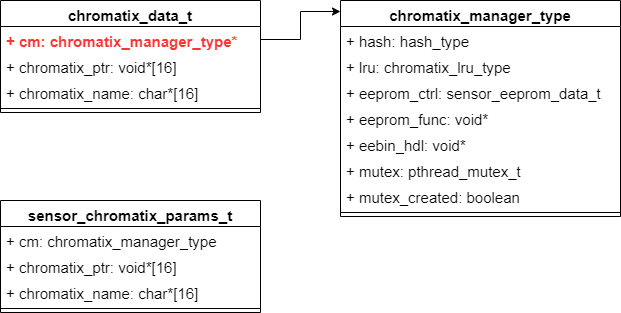
Earlier version of the draw.io export qcom mm-camera sensors chromatix.png (zhangmeizhen/test2). Source tidied: cells renumbered, new cells last; positions are measured from the earlier drawing's top-left corner, leaving out a move shared by most shapes.
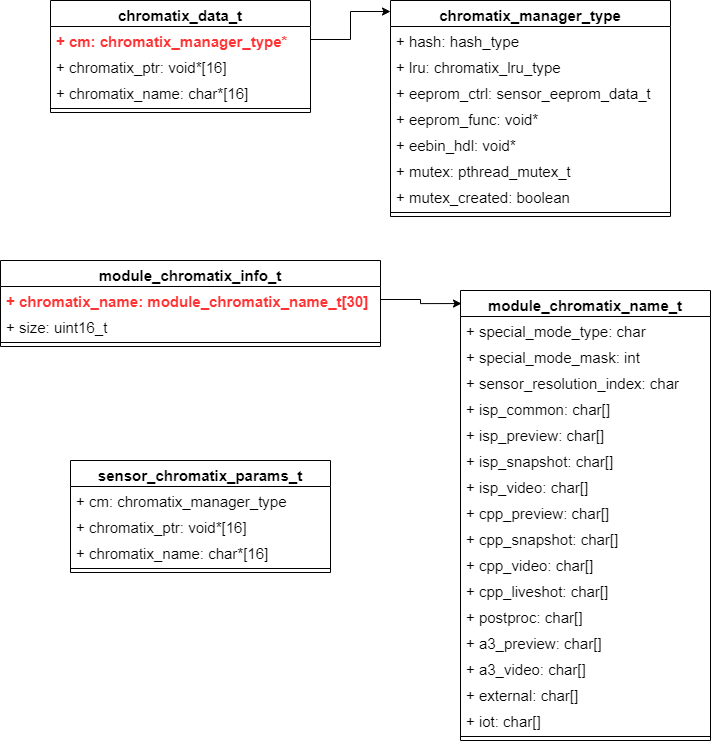
After the commit.

What changed in the source:
```diff
@@ -18,7 +18,7 @@
       <mxGeometry y="104" width="260" height="8" as="geometry" />
     </mxCell>
     <mxCell id="7" value="sensor_chromatix_params_t" style="swimlane;fontStyle=1;align=center;verticalAlign=top;horizontal=1;startSize=26;fontSize=15;" parent="1" vertex="1">
-      <mxGeometry y="200" width="260" height="112" as="geometry" />
+      <mxGeometry x="20" y="460" width="260" height="112" as="geometry" />
     </mxCell>
     <mxCell id="8" value="+ cm: chromatix_manager_type" style="text;strokeColor=none;fillColor=none;align=left;verticalAlign=top;spacingLeft=4;spacingRight=4;overflow=hidden;fontSize=15;" parent="7" vertex="1">
       <mxGeometry y="26" width="260" height="26" as="geometry" />
@@ -62,5 +62,74 @@
     <mxCell id="21" style="edgeStyle=orthogonalEdgeStyle;rounded=0;jettySize=auto;html=1;entryX=0;entryY=0.051;entryDx=0;entryDy=0;entryPerimeter=0;fontSize=15;" parent="1" edge="1" source="3" target="12">
       <mxGeometry relative="1" as="geometry" />
     </mxCell>
+    <mxCell id="22" value="module_chromatix_info_t" style="swimlane;fontStyle=1;align=center;verticalAlign=top;horizontal=1;startSize=26;fontSize=15;fontColor=#000000;" parent="1" vertex="1">
+      <mxGeometry x="-50" y="260" width="380" height="86" as="geometry" />
+    </mxCell>
+    <mxCell id="23" value="+ chromatix_name: module_chromatix_name_t[30]" style="text;strokeColor=none;fillColor=none;align=left;verticalAlign=top;spacingLeft=4;spacingRight=4;overflow=hidden;points=[[0,0.5],[1,0.5]];portConstraint=eastwest;fontSize=15;fontColor=#FF3333;fontStyle=1;" parent="22" vertex="1">
+      <mxGeometry y="26" width="380" height="26" as="geometry" />
+    </mxCell>
+    <mxCell id="24" value="+ size: uint16_t" style="text;strokeColor=none;fillColor=none;align=left;verticalAlign=top;spacingLeft=4;spacingRight=4;overflow=hidden;fontSize=15;fontColor=#000000;" parent="22" vertex="1">
+      <mxGeometry y="52" width="380" height="26" as="geometry" />
+    </mxCell>
+    <mxCell id="25" style="line;strokeWidth=1;fillColor=none;align=left;verticalAlign=middle;spacingTop=-1;spacingLeft=3;spacingRight=3;labelPosition=right;fontSize=15;fontColor=#000000;" parent="22" vertex="1">
+      <mxGeometry y="78" width="380" height="8" as="geometry" />
+    </mxCell>
+    <mxCell id="26" value="module_chromatix_name_t" style="swimlane;fontStyle=1;align=center;verticalAlign=top;horizontal=1;startSize=26;fontSize=15;fontColor=#000000;" parent="1" vertex="1">
+      <mxGeometry x="410" y="290" width="250" height="450" as="geometry" />
+    </mxCell>
+    <mxCell id="27" value="+ special_mode_type: char" style="text;strokeColor=none;fillColor=none;align=left;verticalAlign=top;spacingLeft=4;spacingRight=4;overflow=hidden;fontSize=15;fontColor=#000000;" parent="26" vertex="1">
+      <mxGeometry y="26" width="250" height="26" as="geometry" />
+    </mxCell>
+    <mxCell id="28" value="+ special_mode_mask: int" style="text;strokeColor=none;fillColor=none;align=left;verticalAlign=top;spacingLeft=4;spacingRight=4;overflow=hidden;fontSize=15;fontColor=#000000;" parent="26" vertex="1">
+      <mxGeometry y="52" width="250" height="26" as="geometry" />
+    </mxCell>
+    <mxCell id="29" value="+ sensor_resolution_index: char" style="text;strokeColor=none;fillColor=none;align=left;verticalAlign=top;spacingLeft=4;spacingRight=4;overflow=hidden;fontSize=15;fontColor=#000000;" parent="26" vertex="1">
+      <mxGeometry y="78" width="250" height="26" as="geometry" />
+    </mxCell>
+    <mxCell id="30" value="+ isp_common: char[]" style="text;strokeColor=none;fillColor=none;align=left;verticalAlign=top;spacingLeft=4;spacingRight=4;overflow=hidden;fontSize=15;fontColor=#000000;" parent="26" vertex="1">
+      <mxGeometry y="104" width="250" height="26" as="geometry" />
+    </mxCell>
+    <mxCell id="31" value="+ isp_preview: char[]" style="text;strokeColor=none;fillColor=none;align=left;verticalAlign=top;spacingLeft=4;spacingRight=4;overflow=hidden;fontSize=15;fontColor=#000000;" parent="26" vertex="1">
+      <mxGeometry y="130" width="250" height="26" as="geometry" />
+    </mxCell>
+    <mxCell id="32" value="+ isp_snapshot: char[]" style="text;strokeColor=none;fillColor=none;align=left;verticalAlign=top;spacingLeft=4;spacingRight=4;overflow=hidden;fontSize=15;fontColor=#000000;" parent="26" vertex="1">
+      <mxGeometry y="156" width="250" height="26" as="geometry" />
+    </mxCell>
+    <mxCell id="33" value="+ isp_video: char[]" style="text;strokeColor=none;fillColor=none;align=left;verticalAlign=top;spacingLeft=4;spacingRight=4;overflow=hidden;fontSize=15;fontColor=#000000;" parent="26" vertex="1">
+      <mxGeometry y="182" width="250" height="26" as="geometry" />
+    </mxCell>
+    <mxCell id="34" value="+ cpp_preview: char[]" style="text;strokeColor=none;fillColor=none;align=left;verticalAlign=top;spacingLeft=4;spacingRight=4;overflow=hidden;fontSize=15;fontColor=#000000;" parent="26" vertex="1">
+      <mxGeometry y="208" width="250" height="26" as="geometry" />
+    </mxCell>
+    <mxCell id="35" value="+ cpp_snapshot: char[]" style="text;strokeColor=none;fillColor=none;align=left;verticalAlign=top;spacingLeft=4;spacingRight=4;overflow=hidden;fontSize=15;fontColor=#000000;" parent="26" vertex="1">
+      <mxGeometry y="234" width="250" height="26" as="geometry" />
+    </mxCell>
+    <mxCell id="36" value="+ cpp_video: char[]" style="text;strokeColor=none;fillColor=none;align=left;verticalAlign=top;spacingLeft=4;spacingRight=4;overflow=hidden;fontSize=15;fontColor=#000000;" parent="26" vertex="1">
+      <mxGeometry y="260" width="250" height="26" as="geometry" />
+    </mxCell>
+    <mxCell id="37" value="+ cpp_liveshot: char[]" style="text;strokeColor=none;fillColor=none;align=left;verticalAlign=top;spacingLeft=4;spacingRight=4;overflow=hidden;fontSize=15;fontColor=#000000;" parent="26" vertex="1">
+      <mxGeometry y="286" width="250" height="26" as="geometry" />
+    </mxCell>
+    <mxCell id="38" value="+ postproc: char[]" style="text;strokeColor=none;fillColor=none;align=left;verticalAlign=top;spacingLeft=4;spacingRight=4;overflow=hidden;fontSize=15;fontColor=#000000;" parent="26" vertex="1">
+      <mxGeometry y="312" width="250" height="26" as="geometry" />
+    </mxCell>
+    <mxCell id="39" value="+ a3_preview: char[]" style="text;strokeColor=none;fillColor=none;align=left;verticalAlign=top;spacingLeft=4;spacingRight=4;overflow=hidden;fontSize=15;fontColor=#000000;" parent="26" vertex="1">
+      <mxGeometry y="338" width="250" height="26" as="geometry" />
+    </mxCell>
+    <mxCell id="40" value="+ a3_video: char[]" style="text;strokeColor=none;fillColor=none;align=left;verticalAlign=top;spacingLeft=4;spacingRight=4;overflow=hidden;fontSize=15;fontColor=#000000;" parent="26" vertex="1">
+      <mxGeometry y="364" width="250" height="26" as="geometry" />
+    </mxCell>
+    <mxCell id="41" value="+ external: char[]" style="text;strokeColor=none;fillColor=none;align=left;verticalAlign=top;spacingLeft=4;spacingRight=4;overflow=hidden;fontSize=15;fontColor=#000000;" parent="26" vertex="1">
+      <mxGeometry y="390" width="250" height="26" as="geometry" />
+    </mxCell>
+    <mxCell id="42" value="+ iot: char[]" style="text;strokeColor=none;fillColor=none;align=left;verticalAlign=top;spacingLeft=4;spacingRight=4;overflow=hidden;fontSize=15;fontColor=#000000;" parent="26" vertex="1">
+      <mxGeometry y="416" width="250" height="26" as="geometry" />
+    </mxCell>
+    <mxCell id="43" style="line;strokeWidth=1;fillColor=none;align=left;verticalAlign=middle;spacingTop=-1;spacingLeft=3;spacingRight=3;labelPosition=right;fontSize=15;fontColor=#000000;" parent="26" vertex="1">
+      <mxGeometry y="442" width="250" height="8" as="geometry" />
+    </mxCell>
+    <mxCell id="44" style="edgeStyle=orthogonalEdgeStyle;rounded=0;jettySize=auto;html=1;entryX=0.004;entryY=0.029;entryDx=0;entryDy=0;entryPerimeter=0;fontSize=15;fontColor=#FF3333;" parent="1" edge="1" source="23" target="26">
+      <mxGeometry relative="1" as="geometry" />
+    </mxCell>
   </root>
 </mxGraphModel>
```
